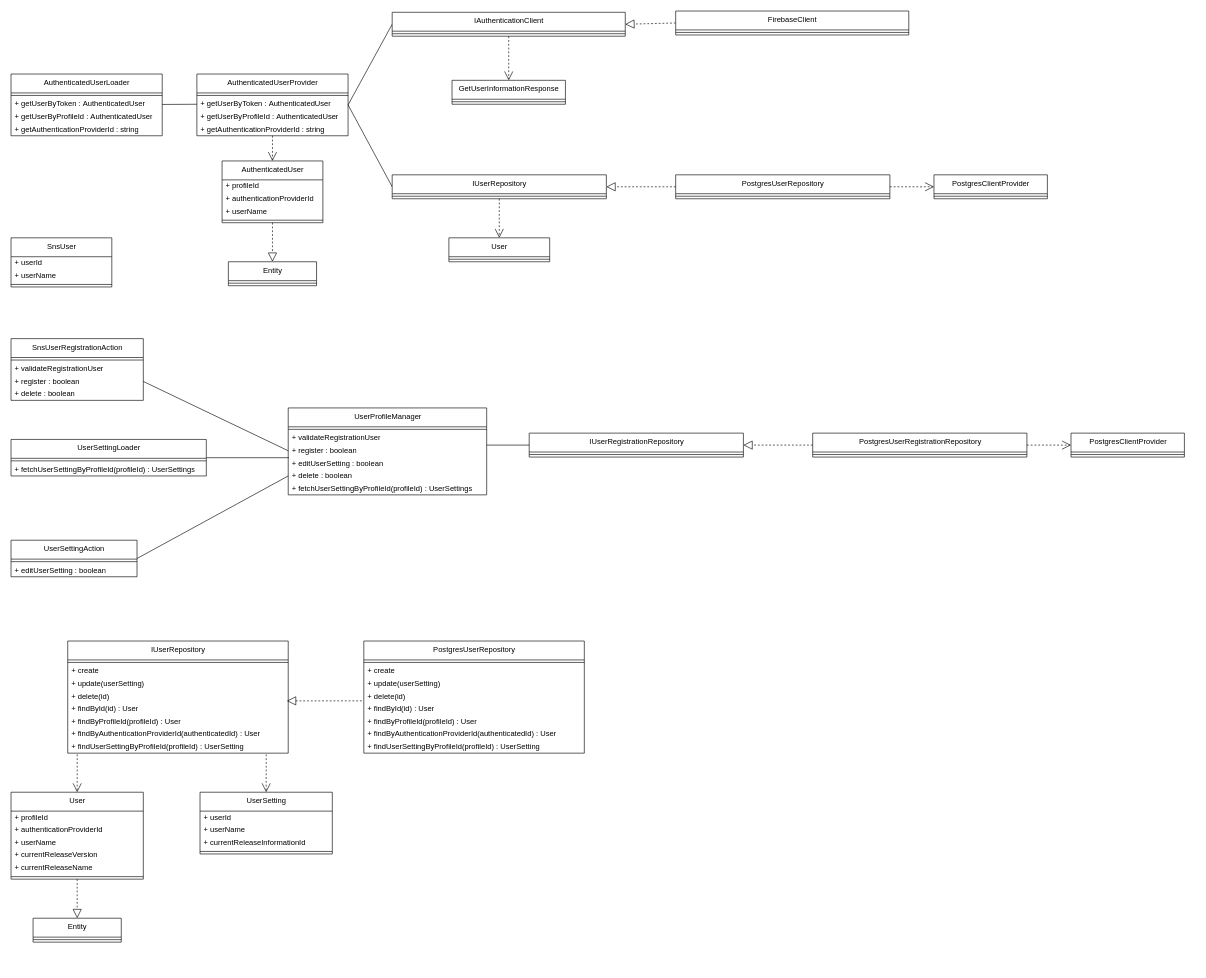
Before: page "UserModule" (4 of 7) of project-designs/class-diagrams/ff14-sns.drawio in Mouwf/FF14SNS, a draw.io diagram. Source tidied: cells renumbered, new cells numbered last; positions are measured from the earlier drawing's top-left corner, leaving out a move shared by most shapes. Both pictures are drawn from the tidied source at 63%, with x=0, y=0 at pixel (11, 11).
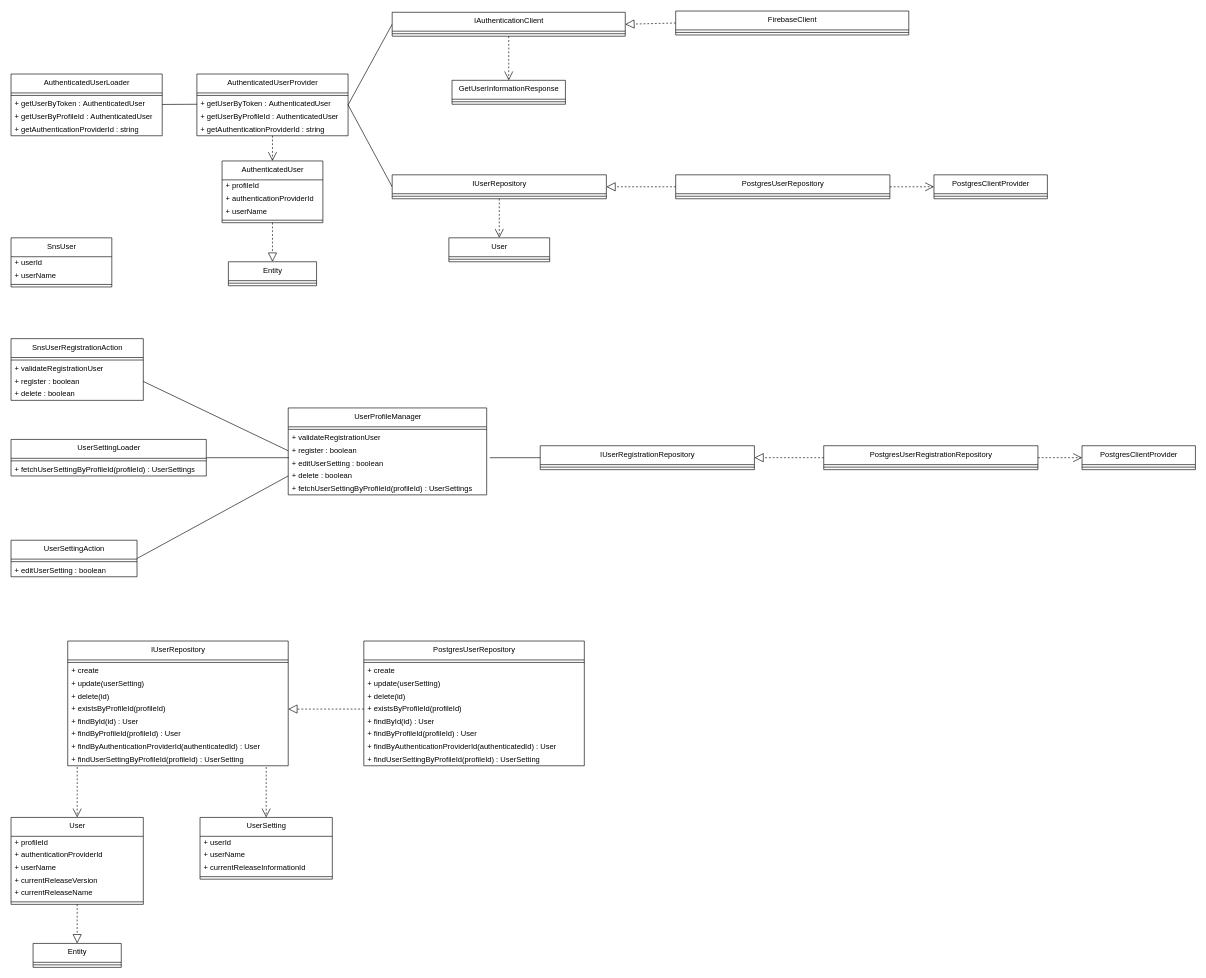
The same page after the edit.

The change refers to these unchanged cells:
```xml
<mxCell id="53" value="+ delete(id)" style="text;html=1;strokeColor=none;fillColor=none;align=left;verticalAlign=middle;spacingLeft=4;spacingRight=4;overflow=hidden;points=[[0,0.5],[1,0.5]];portConstraint=eastwest;" parent="49" vertex="1">
  <mxGeometry y="78" width="350" height="20" as="geometry" />
</mxCell>
```

Diff of the diagram source:
```diff
@@
     <mxCell id="40" value="IUserRepository" style="swimlane;fontStyle=0;align=center;verticalAlign=top;horizontal=1;startSize=30;html=1;" parent="1" vertex="1">
-      <mxGeometry x="90" y="1000" width="350" height="178" as="geometry" />
+      <mxGeometry x="90" y="1000" width="350" height="198" as="geometry" />
     </mxCell>
@@
+    <mxCell id="113" value="+ existsByProfileId(profileId)" style="text;html=1;strokeColor=none;fillColor=none;align=left;verticalAlign=middle;spacingLeft=4;spacingRight=4;overflow=hidden;points=[[0,0.5],[1,0.5]];portConstraint=eastwest;" parent="40" vertex="1">
+      <mxGeometry y="98" width="350" height="20" as="geometry" />
+    </mxCell>
     <mxCell id="45" value="+ findById(id) : User" style="text;html=1;strokeColor=none;fillColor=none;align=left;verticalAlign=middle;spacingLeft=4;spacingRight=4;overflow=hidden;points=[[0,0.5],[1,0.5]];portConstraint=eastwest;" parent="40" vertex="1">
-      <mxGeometry y="98" width="350" height="20" as="geometry" />
+      <mxGeometry y="118" width="350" height="20" as="geometry" />
     </mxCell>
     <mxCell id="46" value="+ findByProfileId(profileId) : User" style="text;html=1;strokeColor=none;fillColor=none;align=left;verticalAlign=middle;spacingLeft=4;spacingRight=4;overflow=hidden;" parent="40" vertex="1">
-      <mxGeometry y="118" width="350" height="20" as="geometry" />
+      <mxGeometry y="138" width="350" height="20" as="geometry" />
     </mxCell>
     <mxCell id="47" value="+ findByAuthenticationProviderId(authenticatedId) : User" style="text;html=1;strokeColor=none;fillColor=none;align=left;verticalAlign=middle;spacingLeft=4;spacingRight=4;overflow=hidden;" parent="40" vertex="1">
-      <mxGeometry y="138" width="350" height="20" as="geometry" />
+      <mxGeometry y="158" width="350" height="20" as="geometry" />
     </mxCell>
     <mxCell id="48" value="+ findUserSettingByProfileId(profileId) :&amp;nbsp;&lt;span style=&quot;text-align: center;&quot;&gt;UserSetting&lt;/span&gt;" style="text;html=1;strokeColor=none;fillColor=none;align=left;verticalAlign=middle;spacingLeft=4;spacingRight=4;overflow=hidden;points=[[0,0.5],[1,0.5]];portConstraint=eastwest;" parent="40" vertex="1">
-      <mxGeometry y="158" width="350" height="20" as="geometry" />
+      <mxGeometry y="178" width="350" height="20" as="geometry" />
     </mxCell>
     <mxCell id="49" value="PostgresUserRepository" style="swimlane;fontStyle=0;align=center;verticalAlign=top;horizontal=1;startSize=30;html=1;" parent="1" vertex="1">
-      <mxGeometry x="560" y="1000" width="350" height="178" as="geometry" />
+      <mxGeometry x="560" y="1000" width="350" height="198" as="geometry" />
     </mxCell>
@@
+    <mxCell id="114" value="+ existsByProfileId(profileId)" style="text;html=1;strokeColor=none;fillColor=none;align=left;verticalAlign=middle;spacingLeft=4;spacingRight=4;overflow=hidden;points=[[0,0.5],[1,0.5]];portConstraint=eastwest;" parent="49" vertex="1">
+      <mxGeometry y="98" width="350" height="20" as="geometry" />
+    </mxCell>
     <mxCell id="54" value="+ findById(id) : User" style="text;html=1;strokeColor=none;fillColor=none;align=left;verticalAlign=middle;spacingLeft=4;spacingRight=4;overflow=hidden;" parent="49" vertex="1">
-      <mxGeometry y="98" width="350" height="20" as="geometry" />
+      <mxGeometry y="118" width="350" height="20" as="geometry" />
     </mxCell>
     <mxCell id="55" value="+ findByProfileId(profileId) : User" style="text;html=1;strokeColor=none;fillColor=none;align=left;verticalAlign=middle;spacingLeft=4;spacingRight=4;overflow=hidden;" parent="49" vertex="1">
-      <mxGeometry y="118" width="350" height="20" as="geometry" />
+      <mxGeometry y="138" width="350" height="20" as="geometry" />
     </mxCell>
     <mxCell id="56" value="+ findByAuthenticationProviderId(authenticatedId) : User" style="text;html=1;strokeColor=none;fillColor=none;align=left;verticalAlign=middle;spacingLeft=4;spacingRight=4;overflow=hidden;" parent="49" vertex="1">
-      <mxGeometry y="138" width="350" height="20" as="geometry" />
+      <mxGeometry y="158" width="350" height="20" as="geometry" />
     </mxCell>
     <mxCell id="57" value="+ findUserSettingByProfileId(profileId) :&amp;nbsp;&lt;span style=&quot;text-align: center;&quot;&gt;UserSetting&lt;/span&gt;" style="text;html=1;strokeColor=none;fillColor=none;align=left;verticalAlign=middle;spacingLeft=4;spacingRight=4;overflow=hidden;" parent="49" vertex="1">
-      <mxGeometry y="158" width="350" height="20" as="geometry" />
+      <mxGeometry y="178" width="350" height="20" as="geometry" />
     </mxCell>
-    <mxCell id="58" style="edgeStyle=none;html=1;exitX=-0.009;exitY=0.85;exitDx=0;exitDy=0;dashed=1;endArrow=block;endFill=0;endSize=12;entryX=0.994;entryY=-0.15;entryDx=0;entryDy=0;entryPerimeter=0;exitPerimeter=0;" parent="1" edge="1" source="53" target="45">
+    <mxCell id="58" style="edgeStyle=none;html=1;dashed=1;endArrow=block;endFill=0;endSize=12;entryX=1;entryY=0.5;entryDx=0;entryDy=0;exitX=0;exitY=0.5;exitDx=0;exitDy=0;" parent="1" edge="1" source="114" target="113">
       <mxGeometry relative="1" as="geometry" />
     </mxCell>
@@
     <mxCell id="62" value="User" style="swimlane;fontStyle=0;align=center;verticalAlign=top;horizontal=1;startSize=30;html=1;" parent="1" vertex="1">
-      <mxGeometry y="1240" width="210" height="138" as="geometry" />
+      <mxGeometry y="1280" width="210" height="138" as="geometry" />
     </mxCell>
@@
     <mxCell id="69" value="Entity" style="swimlane;fontStyle=0;align=center;verticalAlign=top;horizontal=1;startSize=30;html=1;" parent="1" vertex="1">
-      <mxGeometry x="35" y="1440" width="140" height="38" as="geometry" />
+      <mxGeometry x="35" y="1480" width="140" height="38" as="geometry" />
     </mxCell>
@@
     <mxCell id="85" value="PostgresClientProvider" style="swimlane;fontStyle=0;align=center;verticalAlign=top;horizontal=1;startSize=30;html=1;" parent="1" vertex="1">
-      <mxGeometry x="1682.5" y="670" width="180" height="38" as="geometry" />
+      <mxGeometry x="1700" y="690" width="180" height="38" as="geometry" />
     </mxCell>
@@
     <mxCell id="87" value="IUserRegistrationRepository" style="swimlane;fontStyle=0;align=center;verticalAlign=top;horizontal=1;startSize=30;html=1;" parent="1" vertex="1">
-      <mxGeometry x="822.5" y="670" width="340" height="38" as="geometry" />
+      <mxGeometry x="840" y="690" width="340" height="38" as="geometry" />
     </mxCell>
@@
     <mxCell id="89" value="PostgresUserRegistrationRepository" style="swimlane;fontStyle=0;align=center;verticalAlign=top;horizontal=1;startSize=30;html=1;" parent="1" vertex="1">
-      <mxGeometry x="1272.5" y="670" width="340" height="38" as="geometry" />
+      <mxGeometry x="1290" y="690" width="340" height="38" as="geometry" />
     </mxCell>
@@
     <mxCell id="93" style="edgeStyle=none;html=1;entryX=0;entryY=0.5;entryDx=0;entryDy=0;endArrow=none;endFill=0;endSize=12;" parent="1" edge="1" target="87">
       <mxGeometry relative="1" as="geometry">
-        <mxPoint x="755" y="689" as="sourcePoint" />
+        <mxPoint x="760" y="709" as="sourcePoint" />
       </mxGeometry>
     </mxCell>
@@
     <mxCell id="99" value="UserSetting" style="swimlane;fontStyle=0;align=center;verticalAlign=top;horizontal=1;startSize=30;html=1;" parent="1" vertex="1">
-      <mxGeometry x="300" y="1240" width="210" height="98" as="geometry" />
+      <mxGeometry x="300" y="1280" width="210" height="98" as="geometry" />
     </mxCell>
```
